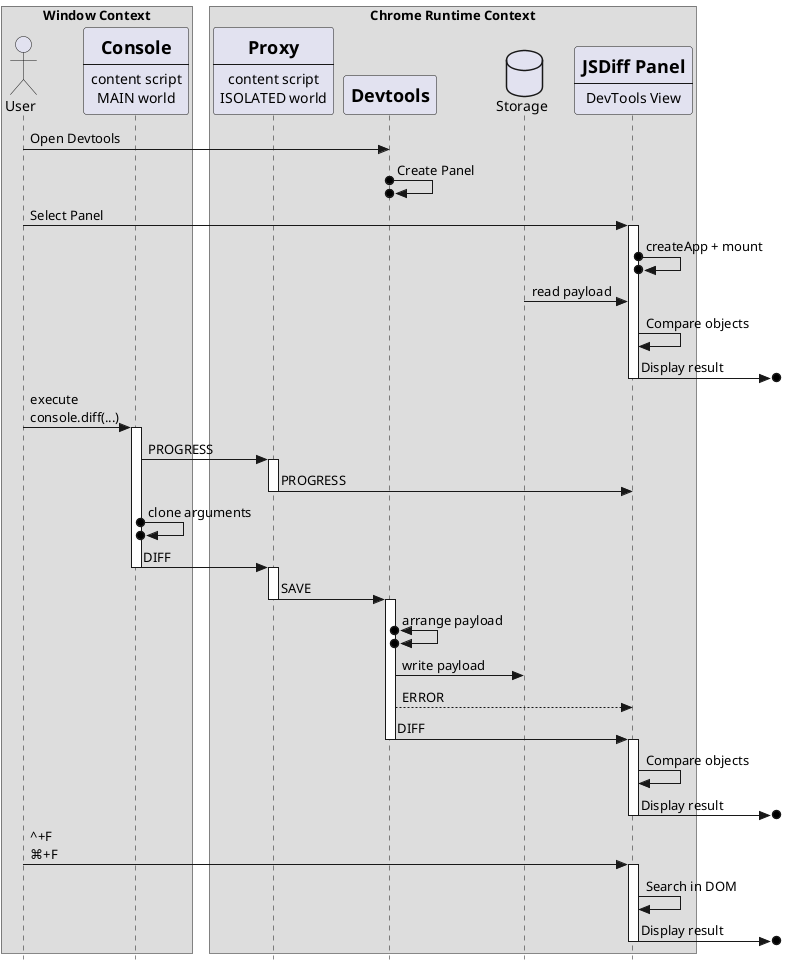
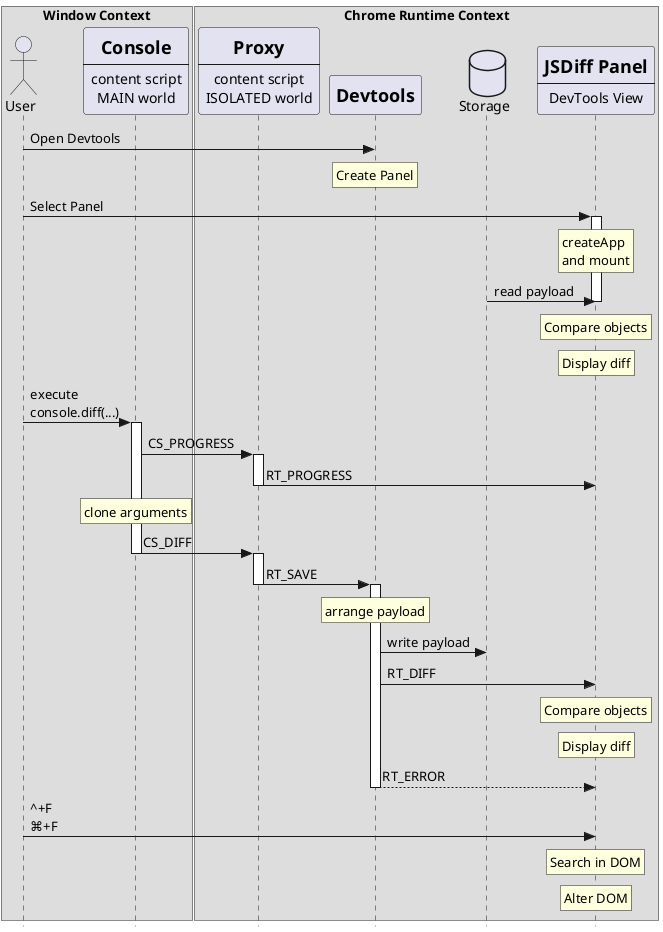
- @startuml
+ @startuml Design
skinparam style strictuml

box "Window Context"
actor "User" as User
participant Console [
  =Console
  ----
  content script
  MAIN world
]
end box
box "Chrome Runtime Context"
participant Proxy [
  =Proxy
  ----
  content script
  ISOLATED world
]
participant Devtools [
  =Devtools
]
database Storage
participant Panel [
  =JSDiff Panel
  ----
  DevTools View
]
end box

User -> Devtools: Open Devtools
- Devtools o->o Devtools: Create Panel
+ rnote over Devtools: Create Panel
User -> Panel: Select Panel

activate Panel
- Panel o->o Panel: createApp + mount
+ rnote over Panel: createApp\nand mount
Storage -> Panel: read payload
- Panel -> Panel: Compare objects
- Panel ->o]: Display result
+ rnote over Panel: Compare objects
+ rnote over Panel: Display diff
deactivate Panel

User -> Console: execute\nconsole.diff(...)

activate Console
- Console -> Proxy: PROGRESS
+   Console -> Proxy: CS_PROGRESS
+   activate Proxy
+   Proxy -> Panel: RT_PROGRESS
+   deactivate Proxy
+ 
+   rnote over Console: clone arguments
+   Console -> Proxy: CS_DIFF
+ deactivate Console
+ 
activate Proxy
- Proxy -> Panel: PROGRESS
- deactivate Proxy
- Console o->o Console: clone arguments
- Console -> Proxy: DIFF
- deactivate Console
- activate Proxy
- Proxy -> Devtools: SAVE
+ Proxy -> Devtools: RT_SAVE
deactivate Proxy

activate Devtools
- Devtools o<->o Devtools: arrange payload
+ rnote over Devtools: arrange payload
Devtools -> Storage: write payload
- Devtools --> Panel: ERROR
- Devtools -> Panel: DIFF
+ Devtools -> Panel: RT_DIFF
+ rnote over Panel: Compare objects
+ rnote over Panel: Display diff
+ Devtools --> Panel: RT_ERROR
deactivate Devtools

- activate Panel
- Panel -> Panel: Compare objects
- Panel ->o]: Display result
- deactivate Panel
- 
User -> Panel: ^+F\n⌘+F
- 
- activate Panel
- Panel -> Panel: Search in DOM
- Panel ->o]: Display result
- deactivate Panel
+ rnote over Panel: Search in DOM
+ rnote over Panel: Alter DOM

@enduml
